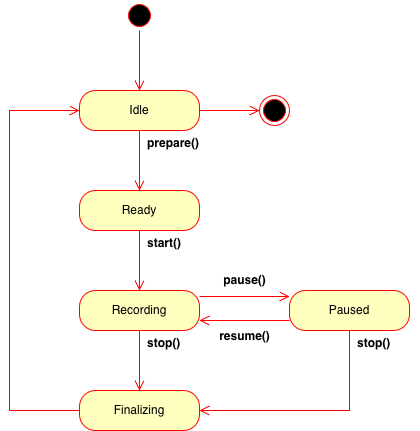
Before: docs/images/record_manager_state.drawio.png, a diagram exported from draw.io (ryonakano/reco). Source tidied: cells renumbered, new cells last; positions are measured from the earlier drawing's top-left corner, leaving out a move shared by most shapes.
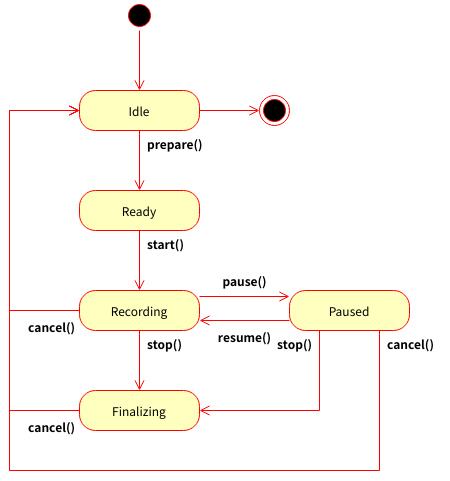
The same file after the commit.

Commit message:
Add missing path

Diff of the diagram source:
```diff
@@ -29,6 +29,14 @@
         <mxPoint x="130" y="290" as="targetPoint" />
       </mxGeometry>
     </mxCell>
+    <mxCell id="24" style="edgeStyle=orthogonalEdgeStyle;rounded=0;jettySize=auto;html=1;entryX=0;entryY=0.5;entryDx=0;entryDy=0;exitX=0;exitY=0.5;exitDx=0;exitDy=0;strokeColor=#FF0000;endSize=8;startSize=8;endArrow=open;endFill=0;" parent="1" edge="1" source="9" target="5">
+      <mxGeometry relative="1" as="geometry">
+        <Array as="points">
+          <mxPoint y="310" />
+          <mxPoint y="110" />
+        </Array>
+      </mxGeometry>
+    </mxCell>
     <mxCell id="9" value="Recording" style="rounded=1;whiteSpace=wrap;html=1;arcSize=40;fontColor=#000000;fillColor=#ffffc0;strokeColor=#ff0000;" parent="1" vertex="1">
       <mxGeometry x="70" y="290" width="120" height="40" as="geometry" />
     </mxCell>
@@ -48,13 +56,22 @@
         </Array>
       </mxGeometry>
     </mxCell>
-    <mxCell id="13" style="edgeStyle=orthogonalEdgeStyle;rounded=0;jettySize=auto;html=1;entryX=1;entryY=0.5;entryDx=0;entryDy=0;endArrow=open;endFill=0;strokeColor=light-dark(#FF0000,#EDEDED);endSize=8;startSize=8;exitX=0.5;exitY=1;exitDx=0;exitDy=0;" parent="1" edge="1" source="14" target="11">
+    <mxCell id="13" style="edgeStyle=orthogonalEdgeStyle;rounded=0;jettySize=auto;html=1;entryX=1;entryY=0.5;entryDx=0;entryDy=0;endArrow=open;endFill=0;strokeColor=light-dark(#FF0000,#EDEDED);endSize=8;startSize=8;exitX=0.25;exitY=1;exitDx=0;exitDy=0;" parent="1" edge="1" source="14" target="11">
       <mxGeometry relative="1" as="geometry">
         <Array as="points">
-          <mxPoint x="340" y="410" />
+          <mxPoint x="310" y="410" />
         </Array>
       </mxGeometry>
     </mxCell>
+    <mxCell id="25" style="edgeStyle=orthogonalEdgeStyle;rounded=0;jettySize=auto;html=1;entryX=0;entryY=0.5;entryDx=0;entryDy=0;exitX=0.75;exitY=1;exitDx=0;exitDy=0;strokeColor=#FF0000;endArrow=open;endFill=0;endSize=8;startSize=8;" parent="1" edge="1" source="14" target="5">
+      <mxGeometry relative="1" as="geometry">
+        <Array as="points">
+          <mxPoint x="370" y="470" />
+          <mxPoint y="470" />
+          <mxPoint y="110" />
+        </Array>
+      </mxGeometry>
+    </mxCell>
     <mxCell id="14" value="Paused" style="rounded=1;whiteSpace=wrap;html=1;arcSize=40;fontColor=#000000;fillColor=#ffffc0;strokeColor=#ff0000;" parent="1" vertex="1">
       <mxGeometry x="280" y="290" width="120" height="40" as="geometry" />
     </mxCell>
@@ -79,8 +96,8 @@
     <mxCell id="20" value="resume()" style="text;align=center;fontStyle=1;verticalAlign=middle;spacingLeft=3;spacingRight=3;strokeColor=none;html=1;spacingTop=6;" parent="1" vertex="1">
       <mxGeometry x="200" y="320" width="70" height="26" as="geometry" />
     </mxCell>
-    <mxCell id="21" value="stop()" style="text;align=left;fontStyle=1;verticalAlign=middle;spacingLeft=6;spacingRight=3;strokeColor=none;html=1;" parent="1" vertex="1">
-      <mxGeometry x="340" y="330" width="70" height="26" as="geometry" />
+    <mxCell id="21" value="stop()" style="text;align=right;fontStyle=1;verticalAlign=middle;spacingLeft=3;spacingRight=6;strokeColor=none;html=1;" parent="1" vertex="1">
+      <mxGeometry x="240" y="330" width="70" height="26" as="geometry" />
     </mxCell>
     <mxCell id="22" value="stop()" style="text;align=left;fontStyle=1;verticalAlign=middle;spacingLeft=6;spacingRight=3;strokeColor=none;html=1;" parent="1" vertex="1">
       <mxGeometry x="130" y="330" width="70" height="26" as="geometry" />
@@ -91,5 +108,14 @@
         <mxPoint x="190" y="296" as="targetPoint" />
       </mxGeometry>
     </mxCell>
+    <mxCell id="26" value="cancel()" style="text;align=right;fontStyle=1;verticalAlign=middle;spacingLeft=3;spacingRight=3;strokeColor=none;html=1;spacingTop=6;" parent="1" vertex="1">
+      <mxGeometry y="310" width="70" height="26" as="geometry" />
+    </mxCell>
+    <mxCell id="27" value="cancel()" style="text;align=right;fontStyle=1;verticalAlign=middle;spacingLeft=3;spacingRight=3;strokeColor=none;html=1;spacingTop=6;" parent="1" vertex="1">
+      <mxGeometry y="410" width="70" height="26" as="geometry" />
+    </mxCell>
+    <mxCell id="28" value="cancel()" style="text;align=left;fontStyle=1;verticalAlign=middle;spacingLeft=6;spacingRight=3;strokeColor=none;html=1;spacingTop=0;" parent="1" vertex="1">
+      <mxGeometry x="370" y="330" width="70" height="26" as="geometry" />
+    </mxCell>
   </root>
 </mxGraphModel>
```
